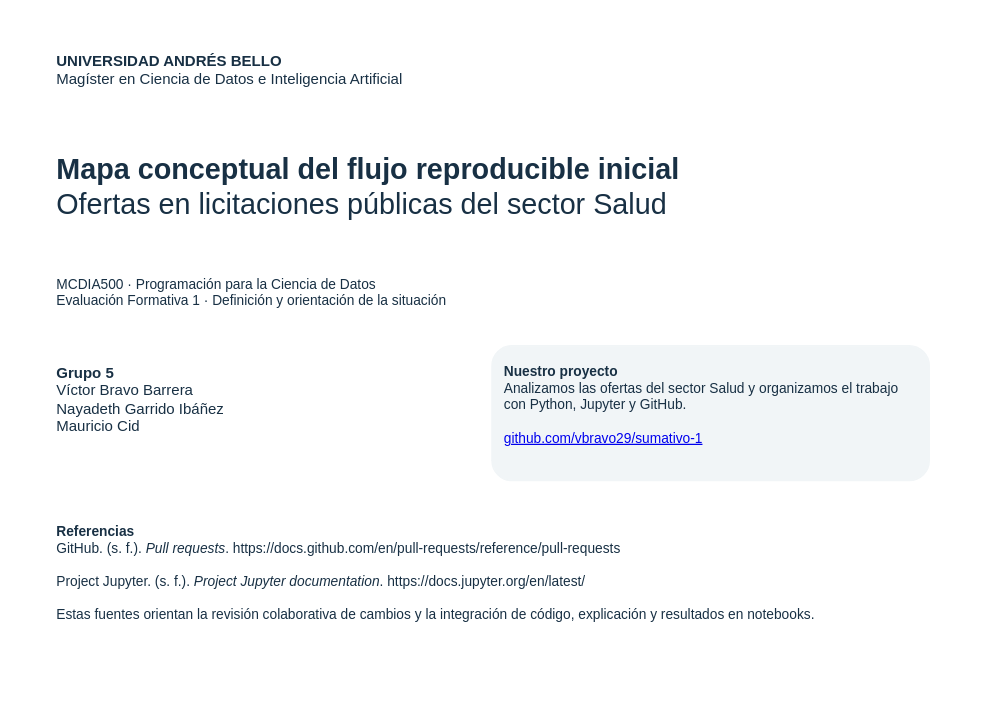
The draw.io diagram page "Portada" (1 of 2) of docs/mcdi500_s1_grupo5.drawio in vbravo29/sumativo-1, before the edit. Source tidied: cells renumbered, new cells numbered last; positions are measured from the earlier drawing's top-left corner, leaving out a move shared by most shapes. Both pictures are drawn from the tidied source at 125%, with x=0, y=0 at pixel (44, 34).
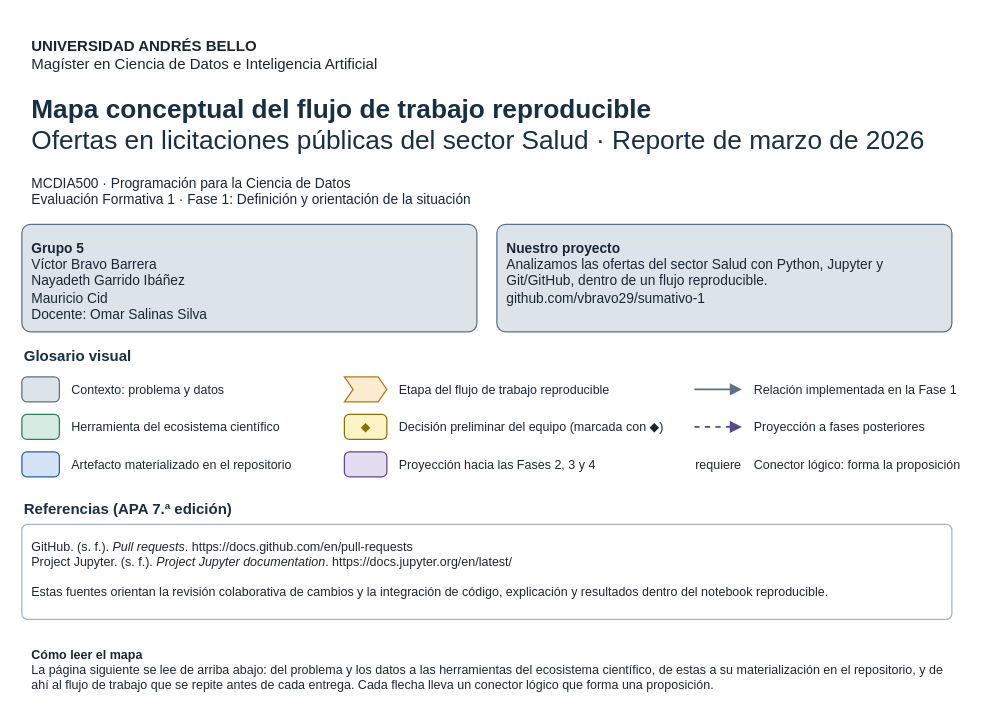
The same page after the edit.

Commit message (it also covers changes not shown here):
docs: actualiza el mapa conceptual con flujo reproducible, decisiones y glosario visual

Change to the diagram source:
```diff
@@
-    <mxCell id="2" value="&lt;b&gt;UNIVERSIDAD ANDRÉS BELLO&lt;/b&gt;&lt;br/&gt;Magíster en Ciencia de Datos e Inteligencia Artificial" style="rounded=1;whiteSpace=wrap;html=1;fontFamily=Arial;fontSize=12;fontColor=#183044;align=left;verticalAlign=top;spacing=10;fillColor=none;strokeColor=none;" parent="1" vertex="1">
-      <mxGeometry width="708" height="55" as="geometry" />
+    <mxCell id="2" value="&lt;b&gt;UNIVERSIDAD ANDRÉS BELLO&lt;/b&gt;&lt;br/&gt;Magíster en Ciencia de Datos e Inteligencia Artificial" style="rounded=1;whiteSpace=wrap;html=1;fontFamily=Arial;fontSize=12;fontColor=#1A2733;align=left;verticalAlign=top;spacing=8;fillColor=none;strokeColor=none;" parent="1" vertex="1">
+      <mxGeometry x="-18" y="-10" width="744" height="40" as="geometry" />
     </mxCell>
-    <mxCell id="3" value="&lt;b&gt;Mapa conceptual del flujo reproducible inicial&lt;/b&gt;&lt;br/&gt;Ofertas en licitaciones públicas del sector Salud" style="rounded=1;whiteSpace=wrap;html=1;fontFamily=Arial;fontSize=23;fontColor=#183044;align=left;verticalAlign=top;spacing=10;fillColor=none;strokeColor=none;" parent="1" vertex="1">
-      <mxGeometry y="80" width="708" height="88" as="geometry" />
+    <mxCell id="3" value="&lt;b&gt;Mapa conceptual del flujo de trabajo reproducible&lt;/b&gt;&lt;br/&gt;Ofertas en licitaciones públicas del sector Salud · Reporte de marzo de 2026" style="rounded=1;whiteSpace=wrap;html=1;fontFamily=Arial;fontSize=21;fontColor=#183044;align=left;verticalAlign=top;spacing=8;fillColor=none;strokeColor=none;" parent="1" vertex="1">
+      <mxGeometry x="-18" y="34" width="744" height="60" as="geometry" />
     </mxCell>
-    <mxCell id="4" value="MCDIA500 · Programación para la Ciencia de Datos&lt;br/&gt;Evaluación Formativa 1 · Definición y orientación de la situación" style="rounded=1;whiteSpace=wrap;html=1;fontFamily=Arial;fontSize=11;fontColor=#183044;align=left;verticalAlign=top;spacing=10;fillColor=none;strokeColor=none;" parent="1" vertex="1">
-      <mxGeometry y="179" width="708" height="54" as="geometry" />
+    <mxCell id="4" value="MCDIA500 · Programación para la Ciencia de Datos&lt;br/&gt;Evaluación Formativa 1 · Fase 1: Definición y orientación de la situación" style="rounded=1;whiteSpace=wrap;html=1;fontFamily=Arial;fontSize=11;fontColor=#1A2733;align=left;verticalAlign=top;spacing=8;fillColor=none;strokeColor=none;" parent="1" vertex="1">
+      <mxGeometry x="-18" y="100" width="744" height="44" as="geometry" />
     </mxCell>
-    <mxCell id="5" value="&lt;b&gt;Grupo 5&lt;/b&gt;&lt;br/&gt;Víctor Bravo Barrera&lt;br/&gt;Nayadeth Garrido Ibáñez&lt;br/&gt;Mauricio Cid" style="rounded=1;whiteSpace=wrap;html=1;fontFamily=Arial;fontSize=12;fontColor=#183044;align=left;verticalAlign=top;spacing=10;fillColor=none;strokeColor=none;" parent="1" vertex="1">
-      <mxGeometry y="249" width="335" height="108" as="geometry" />
+    <mxCell id="5" value="&lt;b&gt;Grupo 5&lt;/b&gt;&lt;br/&gt;Víctor Bravo Barrera&lt;br/&gt;Nayadeth Garrido Ibáñez&lt;br/&gt;Mauricio Cid&lt;br/&gt;Docente: Omar Salinas Silva" style="rounded=1;whiteSpace=wrap;html=1;fontFamily=Arial;fontSize=11;fontColor=#1A2733;align=left;verticalAlign=top;spacing=8;arcSize=8;fillColor=#DCE4EA;strokeColor=#5B7183;" parent="1" vertex="1">
+      <mxGeometry x="-18" y="152" width="364" height="86" as="geometry" />
     </mxCell>
-    <mxCell id="6" value="&lt;b&gt;Nuestro proyecto&lt;/b&gt;&lt;br/&gt;Analizamos las ofertas del sector Salud y organizamos el trabajo con Python, Jupyter y GitHub.&lt;br/&gt;&lt;br/&gt;&lt;a href=&quot;https://github.com/vbravo29/sumativo-1&quot; color=&quot;#183044&quot;&gt;github.com/vbravo29/sumativo-1&lt;/a&gt;" style="rounded=1;whiteSpace=wrap;html=1;fontFamily=Arial;fontSize=11;fontColor=#183044;align=left;verticalAlign=top;spacing=10;fillColor=#F1F5F7;strokeColor=#F1F5F7;" parent="1" vertex="1">
-      <mxGeometry x="358" y="249" width="350" height="108" as="geometry" />
-    </mxCell>
+    <mxCell id="8" value="&lt;b&gt;Nuestro proyecto&lt;/b&gt;&lt;br/&gt;Analizamos las ofertas del sector Salud con Python, Jupyter y Git/GitHub, dentro de un flujo reproducible.&lt;br/&gt;github.com/vbravo29/sumativo-1" style="rounded=1;whiteSpace=wrap;html=1;fontFamily=Arial;fontSize=11;fontColor=#1A2733;align=left;verticalAlign=top;spacing=8;arcSize=8;fillColor=#DCE4EA;strokeColor=#5B7183;" parent="1" vertex="1">
+      <mxGeometry x="362" y="152" width="364" height="86" as="geometry" />
+    </mxCell>
+    <mxCell id="9" value="&lt;b&gt;Glosario visual&lt;/b&gt;" style="text;html=1;fontFamily=Arial;fontSize=12;fontColor=#183044;align=left;verticalAlign=middle;" parent="1" vertex="1">
+      <mxGeometry x="-18" y="248" width="744" height="20" as="geometry" />
+    </mxCell>
+    <mxCell id="10" style="rounded=1;html=1;arcSize=20;fillColor=#DCE4EA;strokeColor=#5B7183;" parent="1" vertex="1">
+      <mxGeometry x="-18" y="274" width="30" height="20" as="geometry" />
+    </mxCell>
+    <mxCell id="11" value="Contexto: problema y datos" style="text;html=1;fontFamily=Arial;fontSize=10;fontColor=#1A2733;align=left;verticalAlign=middle;" parent="1" vertex="1">
+      <mxGeometry x="20" y="274" width="200" height="20" as="geometry" />
+    </mxCell>
+    <mxCell id="12" style="rounded=1;html=1;arcSize=20;fillColor=#D6EBE2;strokeColor=#2E7D5B;" parent="1" vertex="1">
+      <mxGeometry x="-18" y="304" width="30" height="20" as="geometry" />
+    </mxCell>
+    <mxCell id="13" value="Herramienta del ecosistema científico" style="text;html=1;fontFamily=Arial;fontSize=10;fontColor=#1A2733;align=left;verticalAlign=middle;" parent="1" vertex="1">
+      <mxGeometry x="20" y="304" width="200" height="20" as="geometry" />
+    </mxCell>
+    <mxCell id="14" style="rounded=1;html=1;arcSize=20;fillColor=#D5E3F7;strokeColor=#2B5FA8;" parent="1" vertex="1">
+      <mxGeometry x="-18" y="334" width="30" height="20" as="geometry" />
+    </mxCell>
+    <mxCell id="15" value="Artefacto materializado en el repositorio" style="text;html=1;fontFamily=Arial;fontSize=10;fontColor=#1A2733;align=left;verticalAlign=middle;" parent="1" vertex="1">
+      <mxGeometry x="20" y="334" width="210" height="20" as="geometry" />
+    </mxCell>
+    <mxCell id="16" style="shape=step;perimeter=stepPerimeter;html=1;fixedSize=1;size=7;fillColor=#FBEBD0;strokeColor=#B0791A;" parent="1" vertex="1">
+      <mxGeometry x="240" y="274" width="34" height="20" as="geometry" />
+    </mxCell>
+    <mxCell id="17" value="Etapa del flujo de trabajo reproducible" style="text;html=1;fontFamily=Arial;fontSize=10;fontColor=#1A2733;align=left;verticalAlign=middle;" parent="1" vertex="1">
+      <mxGeometry x="282" y="274" width="210" height="20" as="geometry" />
+    </mxCell>
+    <mxCell id="18" value="◆" style="rounded=1;html=1;arcSize=20;fillColor=#FDF3C7;strokeColor=#8A7008;fontFamily=Arial;fontSize=10;fontColor=#8A7008;" parent="1" vertex="1">
+      <mxGeometry x="240" y="304" width="34" height="20" as="geometry" />
+    </mxCell>
+    <mxCell id="19" value="Decisión preliminar del equipo (marcada con ◆)" style="text;html=1;fontFamily=Arial;fontSize=10;fontColor=#1A2733;align=left;verticalAlign=middle;" parent="1" vertex="1">
+      <mxGeometry x="282" y="304" width="230" height="20" as="geometry" />
+    </mxCell>
+    <mxCell id="20" style="rounded=1;html=1;arcSize=20;fillColor=#E4DCF0;strokeColor=#5B4A8A;" parent="1" vertex="1">
+      <mxGeometry x="240" y="334" width="34" height="20" as="geometry" />
+    </mxCell>
+    <mxCell id="21" value="Proyección hacia las Fases 2, 3 y 4" style="text;html=1;fontFamily=Arial;fontSize=10;fontColor=#1A2733;align=left;verticalAlign=middle;" parent="1" vertex="1">
+      <mxGeometry x="282" y="334" width="210" height="20" as="geometry" />
+    </mxCell>
+    <mxCell id="22" style="html=1;endArrow=block;endFill=1;strokeColor=#5B7183;strokeWidth=1.4;" parent="1" edge="1">
+      <mxGeometry relative="1" as="geometry">
+        <mxPoint x="520" y="284" as="sourcePoint" />
+        <mxPoint x="558" y="284" as="targetPoint" />
+      </mxGeometry>
+    </mxCell>
+    <mxCell id="23" value="Relación implementada en la Fase 1" style="text;html=1;fontFamily=Arial;fontSize=10;fontColor=#1A2733;align=left;verticalAlign=middle;" parent="1" vertex="1">
+      <mxGeometry x="566" y="274" width="160" height="20" as="geometry" />
+    </mxCell>
+    <mxCell id="24" style="html=1;endArrow=block;endFill=1;dashed=1;strokeColor=#5B4A8A;strokeWidth=1.4;" parent="1" edge="1">
+      <mxGeometry relative="1" as="geometry">
+        <mxPoint x="520" y="314" as="sourcePoint" />
+        <mxPoint x="558" y="314" as="targetPoint" />
+      </mxGeometry>
+    </mxCell>
+    <mxCell id="25" value="Proyección a fases posteriores" style="text;html=1;fontFamily=Arial;fontSize=10;fontColor=#1A2733;align=left;verticalAlign=middle;" parent="1" vertex="1">
+      <mxGeometry x="566" y="304" width="160" height="20" as="geometry" />
+    </mxCell>
+    <mxCell id="26" value="requiere" style="text;html=1;fontFamily=Arial;fontSize=10;fontColor=#1A2733;align=center;verticalAlign=middle;labelBackgroundColor=#FFFFFF;" parent="1" vertex="1">
+      <mxGeometry x="514" y="334" width="50" height="20" as="geometry" />
+    </mxCell>
+    <mxCell id="27" value="Conector lógico: forma la proposición" style="text;html=1;fontFamily=Arial;fontSize=10;fontColor=#1A2733;align=left;verticalAlign=middle;" parent="1" vertex="1">
+      <mxGeometry x="566" y="334" width="160" height="20" as="geometry" />
+    </mxCell>
+    <mxCell id="28" value="&lt;b&gt;Referencias (APA 7.ª edición)&lt;/b&gt;" style="text;html=1;fontFamily=Arial;fontSize=12;fontColor=#183044;align=left;verticalAlign=middle;" parent="1" vertex="1">
+      <mxGeometry x="-18" y="370" width="744" height="20" as="geometry" />
+    </mxCell>
-    <mxCell id="7" value="&lt;b&gt;Referencias&lt;/b&gt;&lt;br/&gt;GitHub. (s. f.). &lt;i&gt;Pull requests&lt;/i&gt;. https://docs.github.com/en/pull-requests/reference/pull-requests&lt;br/&gt;&lt;br/&gt;Project Jupyter. (s. f.). &lt;i&gt;Project Jupyter documentation&lt;/i&gt;. https://docs.jupyter.org/en/latest/&lt;br/&gt;&lt;br/&gt;Estas fuentes orientan la revisión colaborativa de cambios y la integración de código, explicación y resultados en notebooks." style="rounded=1;whiteSpace=wrap;html=1;fontFamily=Arial;fontSize=11;fontColor=#183044;align=left;verticalAlign=top;spacing=10;fillColor=none;strokeColor=none;" parent="1" vertex="1">
-      <mxGeometry y="377" width="708" height="160" as="geometry" />
+    <mxCell id="7" value="GitHub. (s. f.). &lt;i&gt;Pull requests&lt;/i&gt;. https://docs.github.com/en/pull-requests&lt;br/&gt;Project Jupyter. (s. f.). &lt;i&gt;Project Jupyter documentation&lt;/i&gt;. https://docs.jupyter.org/en/latest/&lt;br/&gt;&lt;br/&gt;Estas fuentes orientan la revisión colaborativa de cambios y la integración de código, explicación y resultados dentro del notebook reproducible." style="rounded=1;whiteSpace=wrap;html=1;fontFamily=Arial;fontSize=10;fontColor=#1A2733;align=left;verticalAlign=top;spacing=8;arcSize=6;fillColor=none;strokeColor=#A6B5C0;" parent="1" vertex="1">
+      <mxGeometry x="-18" y="392" width="744" height="76" as="geometry" />
     </mxCell>
+    <mxCell id="29" value="&lt;b&gt;Cómo leer el mapa&lt;/b&gt;&lt;br/&gt;La página siguiente se lee de arriba abajo: del problema y los datos a las herramientas del ecosistema científico, de estas a su materialización en el repositorio, y de ahí al flujo de trabajo que se repite antes de cada entrega. Cada flecha lleva un conector lógico que forma una proposición." style="rounded=1;whiteSpace=wrap;html=1;fontFamily=Arial;fontSize=10;fontColor=#1A2733;align=left;verticalAlign=top;spacing=8;arcSize=6;fillColor=none;strokeColor=none;" parent="1" vertex="1">
+      <mxGeometry x="-18" y="478" width="744" height="44" as="geometry" />
+    </mxCell>
```
